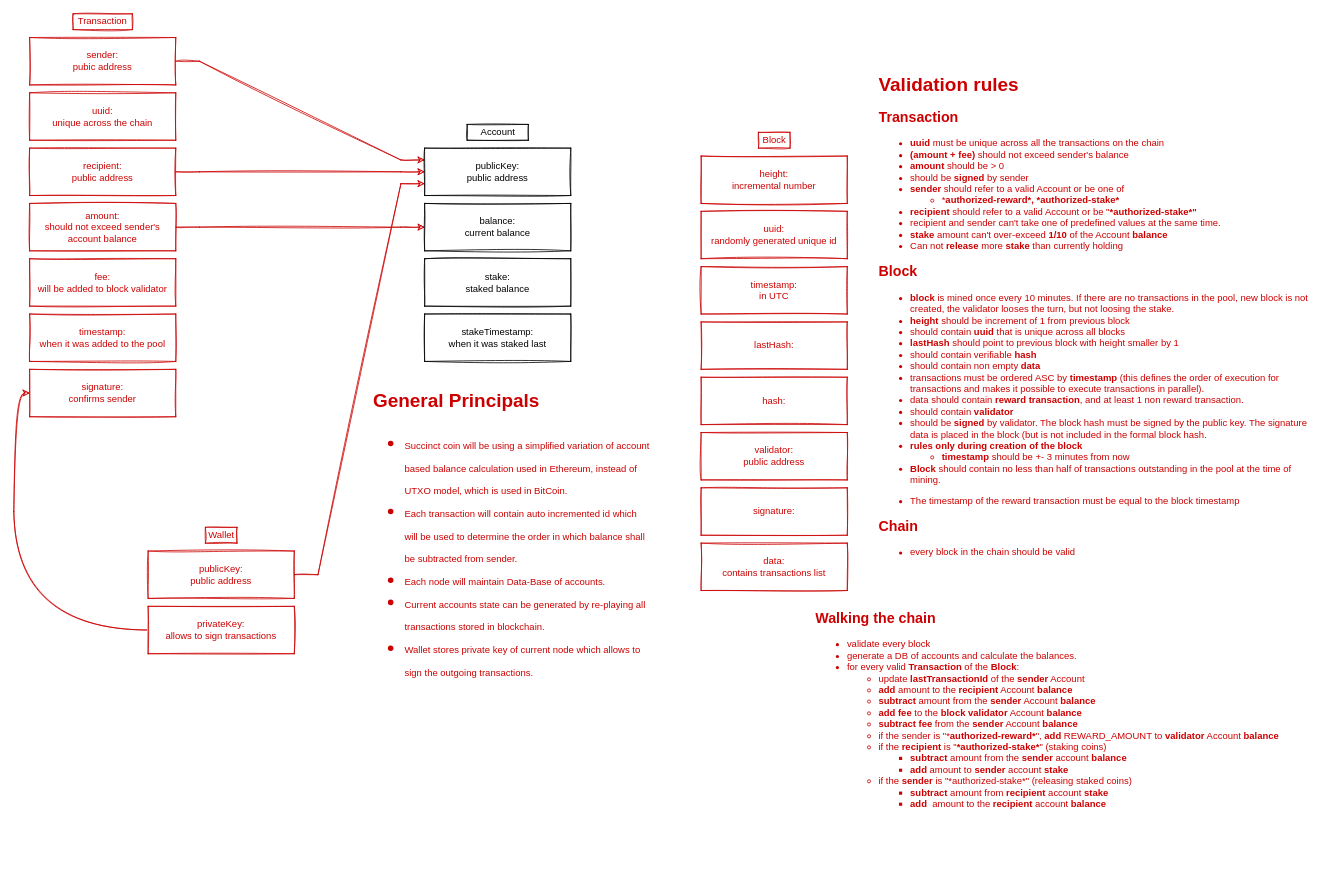
This is docs/Transaction Structure Diagram.drawio from echowaves/succinctcoin, a draw.io file, before an edit. Source tidied: cells renumbered, new cells numbered last; positions are measured from the earlier drawing's top-left corner, leaving out a move shared by most shapes. Both pictures are drawn from the tidied source at 79%, with x=0, y=0 at pixel (29, 13).
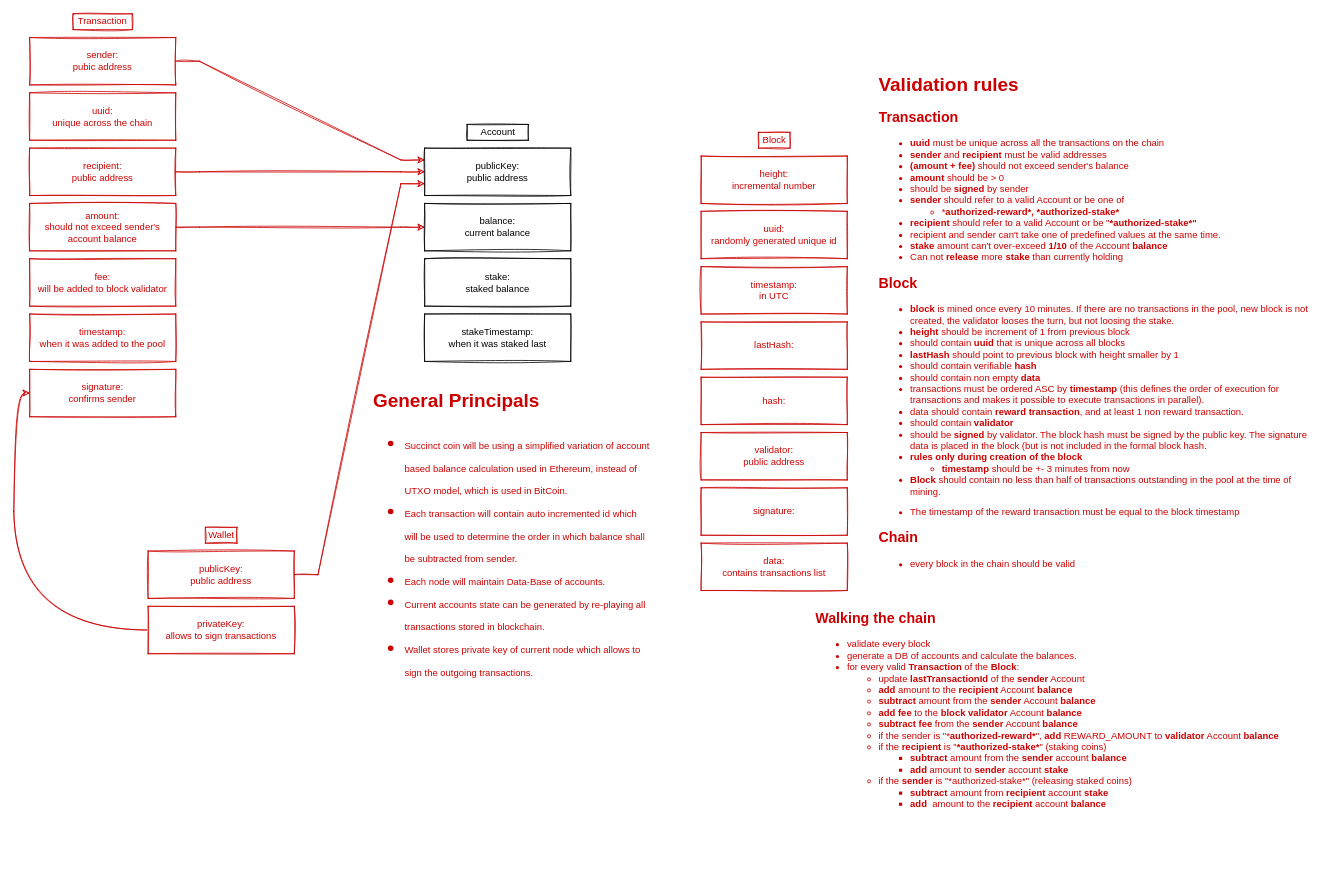
The same diagram, later.

Change to the diagram source:
```diff
@@
-    <mxCell id="30" value="&lt;h1&gt;Validation rules&lt;/h1&gt;&lt;h2&gt;Transaction&lt;/h2&gt;&lt;div&gt;&lt;ul&gt;&lt;li&gt;&lt;b&gt;uuid&lt;/b&gt; must be unique across all the transactions on the chain&lt;/li&gt;&lt;li&gt;&lt;b&gt;(amount + fee)&lt;/b&gt;&lt;span&gt; should not exceed sender's balance&lt;/span&gt;&lt;br&gt;&lt;/li&gt;&lt;li&gt;&lt;b&gt;amount&lt;/b&gt; should be &amp;gt; 0&lt;/li&gt;&lt;li&gt;should be &lt;b&gt;signed&lt;/b&gt; by sender&lt;/li&gt;&lt;li&gt;&lt;b&gt;sender&lt;/b&gt; should refer to a valid Account or be one of&lt;/li&gt;&lt;ul&gt;&lt;li&gt;*&lt;b&gt;authorized-reward*,&amp;nbsp;&lt;/b&gt;&lt;b&gt;*authorized-stake*&lt;/b&gt;&lt;br&gt;&lt;/li&gt;&lt;/ul&gt;&lt;li&gt;&lt;b&gt;recipient &lt;/b&gt;should refer to a valid Account or be &quot;&lt;b&gt;*authorized-stake*&quot;&lt;/b&gt;&lt;/li&gt;&lt;li&gt;recipient and sender can't take one of predefined values at the same time.&lt;/li&gt;&lt;li&gt;&lt;b&gt;stake &lt;/b&gt;amount can't over-exceed &lt;b&gt;1/10&lt;/b&gt; of the Account &lt;b&gt;balance&lt;/b&gt;&lt;/li&gt;&lt;li&gt;Can not &lt;b&gt;release&lt;/b&gt; more &lt;b&gt;stake&lt;/b&gt; than currently holding&lt;/li&gt;&lt;/ul&gt;&lt;/div&gt;&lt;h2&gt;Block&lt;/h2&gt;&lt;div&gt;&lt;ul&gt;&lt;li&gt;&lt;b&gt;block &lt;/b&gt;is mined once every 10 minutes. If there are no transactions in the pool, new block is not created, the validator looses the turn, but not loosing the stake.&lt;/li&gt;&lt;li&gt;&lt;b&gt;height&lt;/b&gt; should be increment of 1 from previous block&lt;/li&gt;&lt;li&gt;should contain &lt;b&gt;uuid &lt;/b&gt;that is unique across all blocks&lt;/li&gt;&lt;li&gt;&lt;b&gt;lastHash&lt;/b&gt; should point to previous block with height smaller by 1&lt;/li&gt;&lt;li&gt;should contain verifiable &lt;b&gt;hash&lt;/b&gt;&lt;/li&gt;&lt;li&gt;should contain non empty &lt;b&gt;data&lt;/b&gt;&amp;nbsp;&amp;nbsp;&lt;/li&gt;&lt;li&gt;transactions must be ordered ASC by &lt;b&gt;timestamp &lt;/b&gt;(this defines the order of execution for transactions and makes it possible to execute transactions in parallel).&lt;/li&gt;&lt;li&gt;data should contain &lt;b&gt;reward transaction&lt;/b&gt;, and at least 1 non reward transaction.&lt;/li&gt;&lt;li&gt;should contain &lt;b&gt;validator&lt;/b&gt;&lt;/li&gt;&lt;li&gt;should be &lt;b&gt;signed&lt;/b&gt; by validator. The block hash must be signed by the public key. The signature data is placed in the block (but is not included in the formal block hash.&lt;/li&gt;&lt;li&gt;&lt;b&gt;rules only during creation of the block&lt;/b&gt;&lt;/li&gt;&lt;ul&gt;&lt;li&gt;&lt;b&gt;timestamp&lt;/b&gt; should be +- 3 minutes from now&lt;/li&gt;&lt;/ul&gt;&lt;li&gt;&lt;b&gt;Block &lt;/b&gt;should contain no less than half of transactions outstanding in the pool at the time of mining.&lt;/li&gt;&lt;/ul&gt;&lt;p&gt;&lt;/p&gt;&lt;ul&gt;&lt;li&gt;&lt;span style=&quot;background-color: rgb(255 , 255 , 255)&quot;&gt;&lt;font style=&quot;font-size: 12px&quot;&gt;The timestamp of the reward transaction must be equal to the block timestamp&lt;/font&gt;&lt;/span&gt;&lt;/li&gt;&lt;/ul&gt;&lt;p&gt;&lt;/p&gt;&lt;/div&gt;&lt;h2&gt;Chain&lt;/h2&gt;&lt;div&gt;&lt;ul&gt;&lt;li&gt;every block in the chain should be valid&lt;/li&gt;&lt;/ul&gt;&lt;div&gt;&lt;br&gt;&lt;/div&gt;&lt;/div&gt;&lt;h2&gt;&lt;br&gt;&lt;/h2&gt;" style="text;html=1;fillColor=none;spacing=5;spacingTop=-20;whiteSpace=wrap;overflow=hidden;rounded=0;sketch=1;fontColor=#CC0000;" parent="1" vertex="1">
+    <mxCell id="30" value="&lt;h1&gt;Validation rules&lt;/h1&gt;&lt;h2&gt;Transaction&lt;/h2&gt;&lt;div&gt;&lt;ul&gt;&lt;li&gt;&lt;b&gt;uuid&lt;/b&gt; must be unique across all the transactions on the chain&lt;/li&gt;&lt;li&gt;&lt;b&gt;sender&lt;/b&gt; and &lt;b&gt;recipient&lt;/b&gt; must be valid addresses&lt;/li&gt;&lt;li&gt;&lt;b&gt;(amount + fee)&lt;/b&gt;&lt;span&gt; should not exceed sender's balance&lt;/span&gt;&lt;br&gt;&lt;/li&gt;&lt;li&gt;&lt;b&gt;amount&lt;/b&gt; should be &amp;gt; 0&lt;/li&gt;&lt;li&gt;should be &lt;b&gt;signed&lt;/b&gt; by sender&lt;/li&gt;&lt;li&gt;&lt;b&gt;sender&lt;/b&gt; should refer to a valid Account or be one of&lt;/li&gt;&lt;ul&gt;&lt;li&gt;*&lt;b&gt;authorized-reward*,&amp;nbsp;&lt;/b&gt;&lt;b&gt;*authorized-stake*&lt;/b&gt;&lt;br&gt;&lt;/li&gt;&lt;/ul&gt;&lt;li&gt;&lt;b&gt;recipient &lt;/b&gt;should refer to a valid Account or be &quot;&lt;b&gt;*authorized-stake*&quot;&lt;/b&gt;&lt;/li&gt;&lt;li&gt;recipient and sender can't take one of predefined values at the same time.&lt;/li&gt;&lt;li&gt;&lt;b&gt;stake &lt;/b&gt;amount can't over-exceed &lt;b&gt;1/10&lt;/b&gt; of the Account &lt;b&gt;balance&lt;/b&gt;&lt;/li&gt;&lt;li&gt;Can not &lt;b&gt;release&lt;/b&gt; more &lt;b&gt;stake&lt;/b&gt; than currently holding&lt;/li&gt;&lt;/ul&gt;&lt;/div&gt;&lt;h2&gt;Block&lt;/h2&gt;&lt;div&gt;&lt;ul&gt;&lt;li&gt;&lt;b&gt;block &lt;/b&gt;is mined once every 10 minutes. If there are no transactions in the pool, new block is not created, the validator looses the turn, but not loosing the stake.&lt;/li&gt;&lt;li&gt;&lt;b&gt;height&lt;/b&gt; should be increment of 1 from previous block&lt;/li&gt;&lt;li&gt;should contain &lt;b&gt;uuid &lt;/b&gt;that is unique across all blocks&lt;/li&gt;&lt;li&gt;&lt;b&gt;lastHash&lt;/b&gt; should point to previous block with height smaller by 1&lt;/li&gt;&lt;li&gt;should contain verifiable &lt;b&gt;hash&lt;/b&gt;&lt;/li&gt;&lt;li&gt;should contain non empty &lt;b&gt;data&lt;/b&gt;&amp;nbsp;&amp;nbsp;&lt;/li&gt;&lt;li&gt;transactions must be ordered ASC by &lt;b&gt;timestamp &lt;/b&gt;(this defines the order of execution for transactions and makes it possible to execute transactions in parallel).&lt;/li&gt;&lt;li&gt;data should contain &lt;b&gt;reward transaction&lt;/b&gt;, and at least 1 non reward transaction.&lt;/li&gt;&lt;li&gt;should contain &lt;b&gt;validator&lt;/b&gt;&lt;/li&gt;&lt;li&gt;should be &lt;b&gt;signed&lt;/b&gt; by validator. The block hash must be signed by the public key. The signature data is placed in the block (but is not included in the formal block hash.&lt;/li&gt;&lt;li&gt;&lt;b&gt;rules only during creation of the block&lt;/b&gt;&lt;/li&gt;&lt;ul&gt;&lt;li&gt;&lt;b&gt;timestamp&lt;/b&gt; should be +- 3 minutes from now&lt;/li&gt;&lt;/ul&gt;&lt;li&gt;&lt;b&gt;Block &lt;/b&gt;should contain no less than half of transactions outstanding in the pool at the time of mining.&lt;/li&gt;&lt;/ul&gt;&lt;p&gt;&lt;/p&gt;&lt;ul&gt;&lt;li&gt;&lt;span style=&quot;background-color: rgb(255 , 255 , 255)&quot;&gt;&lt;font style=&quot;font-size: 12px&quot;&gt;The timestamp of the reward transaction must be equal to the block timestamp&lt;/font&gt;&lt;/span&gt;&lt;/li&gt;&lt;/ul&gt;&lt;p&gt;&lt;/p&gt;&lt;/div&gt;&lt;h2&gt;Chain&lt;/h2&gt;&lt;div&gt;&lt;ul&gt;&lt;li&gt;every block in the chain should be valid&lt;/li&gt;&lt;/ul&gt;&lt;div&gt;&lt;br&gt;&lt;/div&gt;&lt;/div&gt;&lt;h2&gt;&lt;br&gt;&lt;/h2&gt;" style="text;html=1;fillColor=none;spacing=5;spacingTop=-20;whiteSpace=wrap;overflow=hidden;rounded=0;sketch=1;fontColor=#CC0000;" parent="1" vertex="1">
       <mxGeometry x="1070" y="70" width="560" height="660" as="geometry" />
     </mxCell>
```
